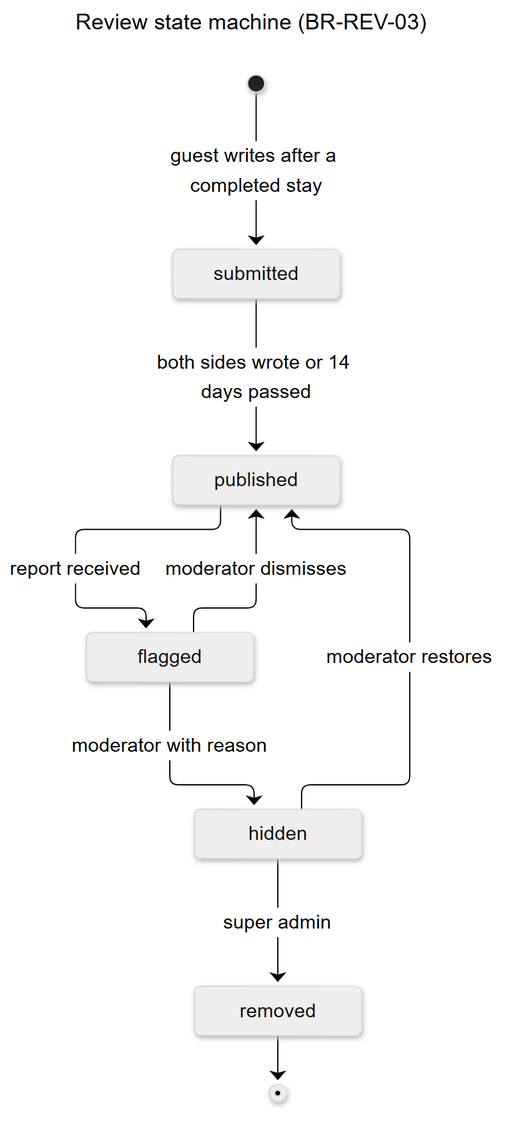
Earlier version of the Mermaid export docs/backend/diagrams/rendered/13-review-states.png (med-amine-ok/darna). Its source is kept beside it as docs/backend/diagrams/13-review-states.mmd.
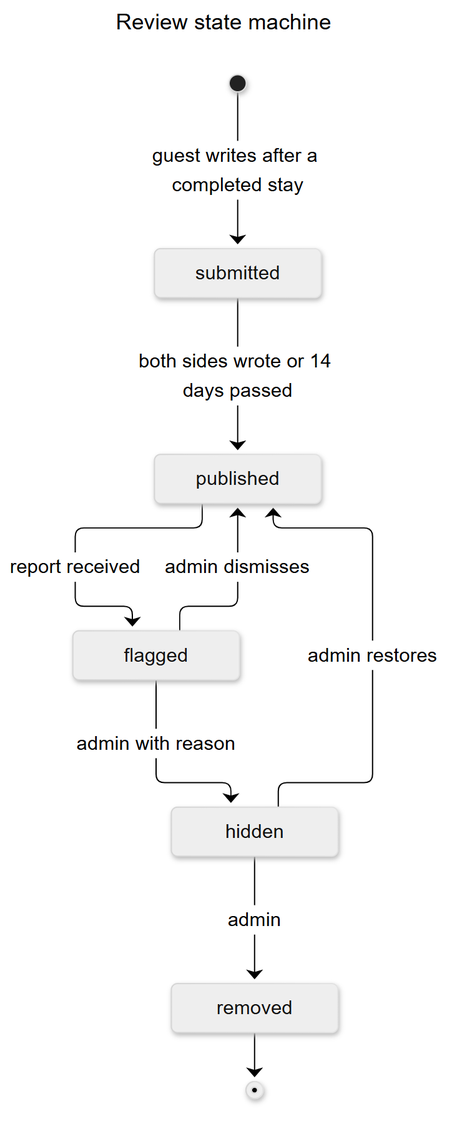
The same diagram one commit later.

Change to the diagram source:
```diff
@@ -1,12 +1,12 @@
 ---
-title: Review state machine (BR-REV-03)
+title: Review state machine
 ---
 stateDiagram-v2
     [*] --> submitted: guest writes after a completed stay
     submitted --> published: both sides wrote or 14 days passed
     published --> flagged: report received
-    flagged --> published: moderator dismisses
-    flagged --> hidden: moderator with reason
-    hidden --> published: moderator restores
-    hidden --> removed: super admin
+    flagged --> published: admin dismisses
+    flagged --> hidden: admin with reason
+    hidden --> published: admin restores
+    hidden --> removed: admin
     removed --> [*]
```
